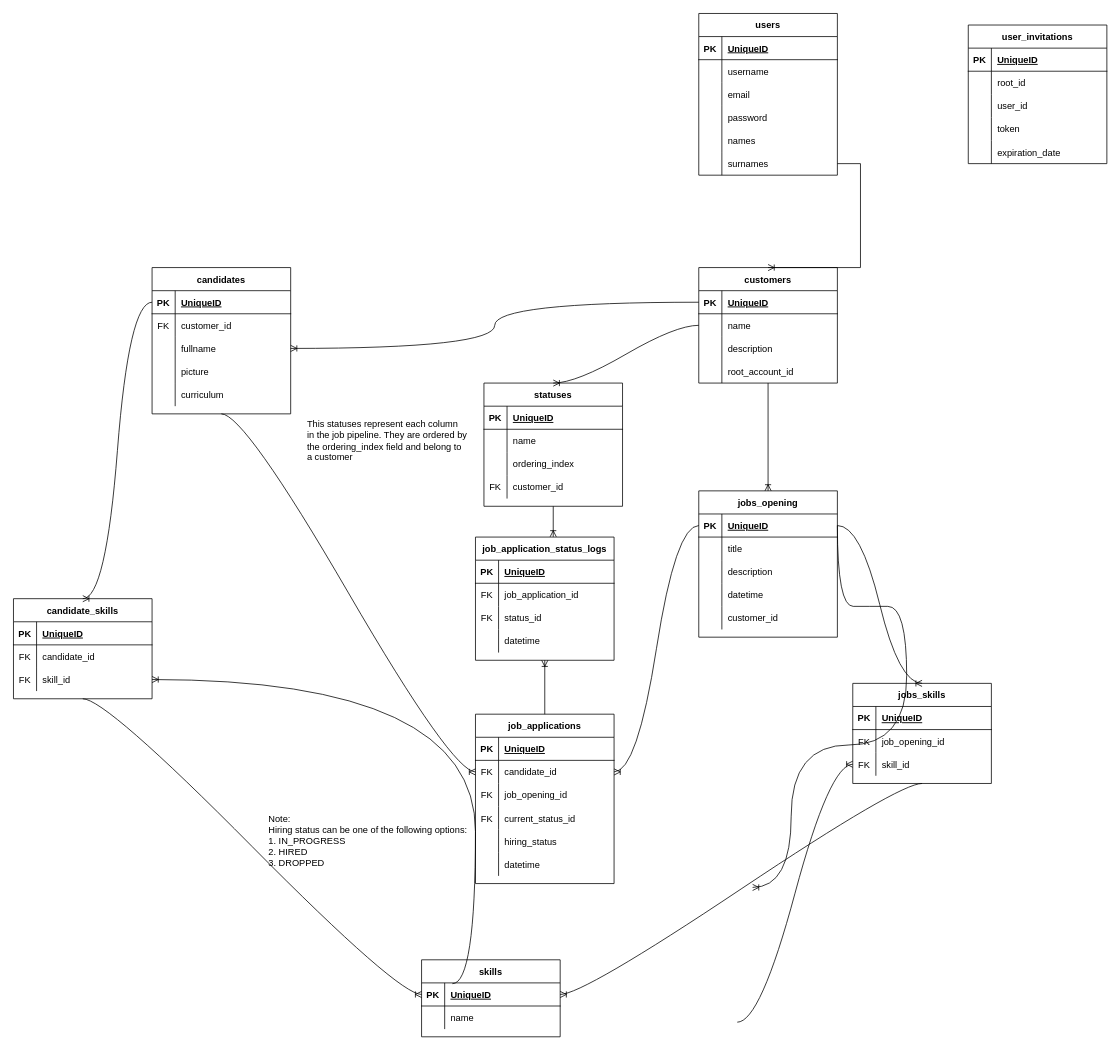
This is Data Structure.drawio from choucoder/multi-tenant-ats, a draw.io file, before an edit. Source tidied: cells renumbered, new cells numbered last; positions are measured from the earlier drawing's top-left corner, leaving out a move shared by most shapes. Both pictures are drawn from the tidied source at 77%, with x=0, y=0 at pixel (13, 13).
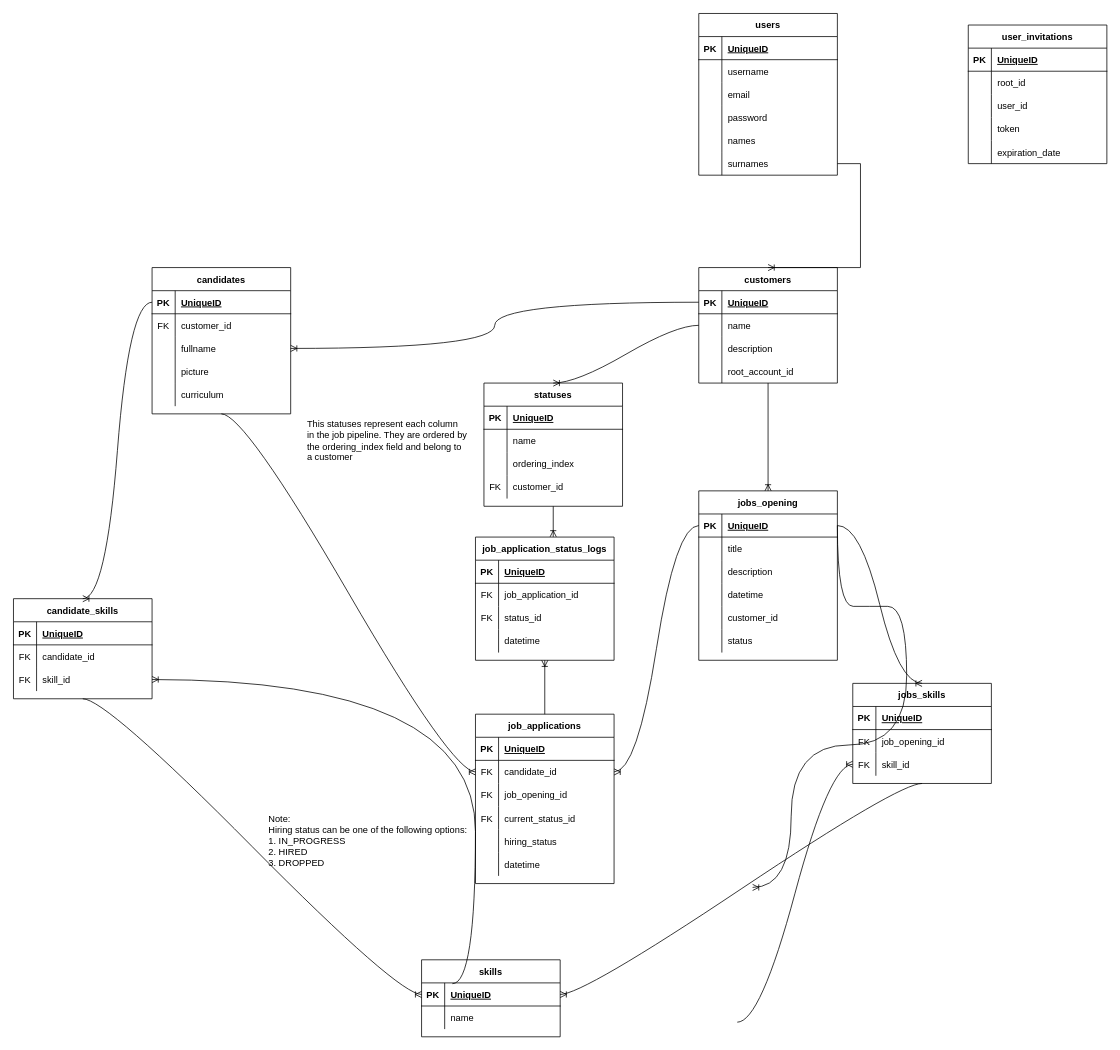
After the change.

What changed in the source:
```diff
@@
     <mxCell id="2" value="jobs_opening" style="shape=table;startSize=30;childLayout=tableLayout;rowLines=0;fontStyle=1;align=center;" parent="1" vertex="1">
-      <mxGeometry x="890" y="620" width="180" height="190" as="geometry" />
+      <mxGeometry x="890" y="620" width="180" height="220" as="geometry" />
     </mxCell>
@@
+    <mxCell id="171" style="shape=tableRow;horizontal=0;startSize=0;swimlaneHead=0;swimlaneBody=0;fillColor=none;top=0;left=0;right=0;bottom=0;" parent="2" vertex="1">
+      <mxGeometry y="180" width="180" height="30" as="geometry" />
+    </mxCell>
+    <mxCell id="172" style="shape=partialRectangle;fillColor=none;top=0;left=0;bottom=0;right=0;overflow=hidden;" parent="171" vertex="1">
+      <mxGeometry width="30" height="30" as="geometry" />
+    </mxCell>
+    <mxCell id="173" value="status" style="shape=partialRectangle;fillColor=none;top=0;left=0;bottom=0;right=0;align=left;spacingLeft=6;overflow=hidden;" parent="171" vertex="1">
+      <mxGeometry x="30" width="150" height="30" as="geometry" />
+    </mxCell>
```
